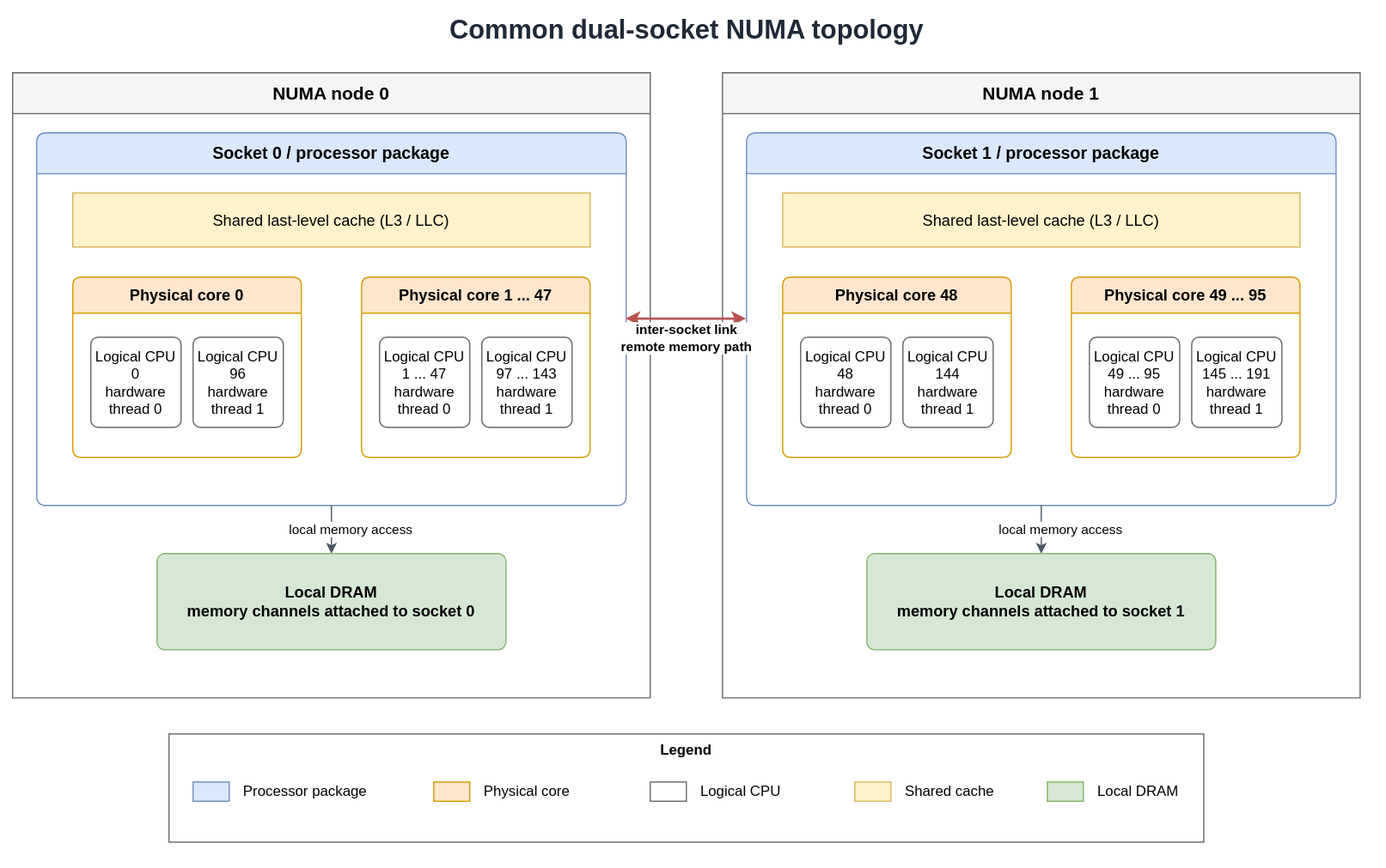
Earlier version of the draw.io export static/images/cpu-topology.drawio.svg (jinying-che/jinying-che.github.io). Source tidied: cells renumbered, new cells last; positions are measured from the earlier drawing's top-left corner, leaving out a move shared by most shapes. Its diagram source:
```xml
<mxGraphModel>
  <root>
    <mxCell id="0" />
    <mxCell id="1" parent="0" />
    <mxCell id="2" value="Common dual-socket NUMA topology" style="text;html=1;align=center;verticalAlign=middle;fontSize=22;fontStyle=1;fontColor=#1f2937;" parent="1" vertex="1">
      <mxGeometry x="290" width="540" height="30" as="geometry" />
    </mxCell>
    <mxCell id="3" value="NUMA node 0" style="swimlane;startSize=34;horizontal=1;rounded=0;whiteSpace=wrap;html=1;fillColor=#f5f5f5;strokeColor=#666666;fontStyle=1;fontSize=15;" parent="1" vertex="1">
      <mxGeometry y="50" width="530" height="520" as="geometry" />
    </mxCell>
    <mxCell id="4" value="Socket 0 / processor package" style="swimlane;startSize=34;horizontal=1;rounded=1;arcSize=8;whiteSpace=wrap;html=1;fillColor=#dae8fc;strokeColor=#6c8ebf;fontStyle=1;fontSize=14;" parent="3" vertex="1">
      <mxGeometry x="20" y="50" width="490" height="310" as="geometry" />
    </mxCell>
    <mxCell id="5" value="Shared last-level cache (L3 / LLC)" style="rounded=0;whiteSpace=wrap;html=1;fillColor=#fff2cc;strokeColor=#d6b656;fontSize=13;" parent="4" vertex="1">
      <mxGeometry x="30" y="50" width="430" height="45" as="geometry" />
    </mxCell>
    <mxCell id="6" value="Physical core 0" style="swimlane;startSize=30;horizontal=1;rounded=1;arcSize=8;whiteSpace=wrap;html=1;fillColor=#ffe6cc;strokeColor=#d79b00;fontStyle=1;fontSize=13;" parent="4" vertex="1">
      <mxGeometry x="30" y="120" width="190" height="150" as="geometry" />
    </mxCell>
    <mxCell id="7" value="Logical CPU 0&#10;hardware thread 0" style="rounded=1;arcSize=8;whiteSpace=wrap;html=1;fillColor=#ffffff;strokeColor=#666666;fontSize=12;" parent="6" vertex="1">
      <mxGeometry x="15" y="50" width="75" height="75" as="geometry" />
    </mxCell>
    <mxCell id="8" value="Logical CPU 96&#10;hardware thread 1" style="rounded=1;arcSize=8;whiteSpace=wrap;html=1;fillColor=#ffffff;strokeColor=#666666;fontSize=12;" parent="6" vertex="1">
      <mxGeometry x="100" y="50" width="75" height="75" as="geometry" />
    </mxCell>
    <mxCell id="9" value="Physical core 1 ... 47" style="swimlane;startSize=30;horizontal=1;rounded=1;arcSize=8;whiteSpace=wrap;html=1;fillColor=#ffe6cc;strokeColor=#d79b00;fontStyle=1;fontSize=13;" parent="4" vertex="1">
      <mxGeometry x="270" y="120" width="190" height="150" as="geometry" />
    </mxCell>
    <mxCell id="10" value="Logical CPU 1 ... 47&#10;hardware thread 0" style="rounded=1;arcSize=8;whiteSpace=wrap;html=1;fillColor=#ffffff;strokeColor=#666666;fontSize=12;" parent="9" vertex="1">
      <mxGeometry x="15" y="50" width="75" height="75" as="geometry" />
    </mxCell>
    <mxCell id="11" value="Logical CPU 97 ... 143&#10;hardware thread 1" style="rounded=1;arcSize=8;whiteSpace=wrap;html=1;fillColor=#ffffff;strokeColor=#666666;fontSize=12;" parent="9" vertex="1">
      <mxGeometry x="100" y="50" width="75" height="75" as="geometry" />
    </mxCell>
    <mxCell id="12" value="Local DRAM&#10;memory channels attached to socket 0" style="rounded=1;arcSize=8;whiteSpace=wrap;html=1;fillColor=#d5e8d4;strokeColor=#82b366;fontStyle=1;fontSize=13;" parent="3" vertex="1">
      <mxGeometry x="120" y="400" width="290" height="80" as="geometry" />
    </mxCell>
    <mxCell id="13" value="local memory access" style="edgeStyle=orthogonalEdgeStyle;rounded=1;jettySize=auto;html=1;endArrow=classic;endFill=1;strokeColor=#4b5563;fontSize=11;labelBackgroundColor=#ffffff;exitX=0.5;exitY=1;exitDx=0;exitDy=0;entryX=0.5;entryY=0;entryDx=0;entryDy=0;" parent="3" edge="1" source="4" target="12">
      <mxGeometry y="16" relative="1" as="geometry" />
    </mxCell>
    <mxCell id="14" value="NUMA node 1" style="swimlane;startSize=34;horizontal=1;rounded=0;whiteSpace=wrap;html=1;fillColor=#f5f5f5;strokeColor=#666666;fontStyle=1;fontSize=15;" parent="1" vertex="1">
      <mxGeometry x="590" y="50" width="530" height="520" as="geometry" />
    </mxCell>
    <mxCell id="15" value="Socket 1 / processor package" style="swimlane;startSize=34;horizontal=1;rounded=1;arcSize=8;whiteSpace=wrap;html=1;fillColor=#dae8fc;strokeColor=#6c8ebf;fontStyle=1;fontSize=14;" parent="14" vertex="1">
      <mxGeometry x="20" y="50" width="490" height="310" as="geometry" />
    </mxCell>
    <mxCell id="16" value="Shared last-level cache (L3 / LLC)" style="rounded=0;whiteSpace=wrap;html=1;fillColor=#fff2cc;strokeColor=#d6b656;fontSize=13;" parent="15" vertex="1">
      <mxGeometry x="30" y="50" width="430" height="45" as="geometry" />
    </mxCell>
    <mxCell id="17" value="Physical core 48" style="swimlane;startSize=30;horizontal=1;rounded=1;arcSize=8;whiteSpace=wrap;html=1;fillColor=#ffe6cc;strokeColor=#d79b00;fontStyle=1;fontSize=13;" parent="15" vertex="1">
      <mxGeometry x="30" y="120" width="190" height="150" as="geometry" />
    </mxCell>
    <mxCell id="18" value="Logical CPU 48&#10;hardware thread 0" style="rounded=1;arcSize=8;whiteSpace=wrap;html=1;fillColor=#ffffff;strokeColor=#666666;fontSize=12;" parent="17" vertex="1">
      <mxGeometry x="15" y="50" width="75" height="75" as="geometry" />
    </mxCell>
    <mxCell id="19" value="Logical CPU 144&#10;hardware thread 1" style="rounded=1;arcSize=8;whiteSpace=wrap;html=1;fillColor=#ffffff;strokeColor=#666666;fontSize=12;" parent="17" vertex="1">
      <mxGeometry x="100" y="50" width="75" height="75" as="geometry" />
    </mxCell>
    <mxCell id="20" value="Physical core 49 ... 95" style="swimlane;startSize=30;horizontal=1;rounded=1;arcSize=8;whiteSpace=wrap;html=1;fillColor=#ffe6cc;strokeColor=#d79b00;fontStyle=1;fontSize=13;" parent="15" vertex="1">
      <mxGeometry x="270" y="120" width="190" height="150" as="geometry" />
    </mxCell>
    <mxCell id="21" value="Logical CPU 49 ... 95&#10;hardware thread 0" style="rounded=1;arcSize=8;whiteSpace=wrap;html=1;fillColor=#ffffff;strokeColor=#666666;fontSize=12;" parent="20" vertex="1">
      <mxGeometry x="15" y="50" width="75" height="75" as="geometry" />
    </mxCell>
    <mxCell id="22" value="Logical CPU 145 ... 191&#10;hardware thread 1" style="rounded=1;arcSize=8;whiteSpace=wrap;html=1;fillColor=#ffffff;strokeColor=#666666;fontSize=12;" parent="20" vertex="1">
      <mxGeometry x="100" y="50" width="75" height="75" as="geometry" />
    </mxCell>
    <mxCell id="23" value="Local DRAM&#10;memory channels attached to socket 1" style="rounded=1;arcSize=8;whiteSpace=wrap;html=1;fillColor=#d5e8d4;strokeColor=#82b366;fontStyle=1;fontSize=13;" parent="14" vertex="1">
      <mxGeometry x="120" y="400" width="290" height="80" as="geometry" />
    </mxCell>
    <mxCell id="24" value="local memory access" style="edgeStyle=orthogonalEdgeStyle;rounded=1;jettySize=auto;html=1;endArrow=classic;endFill=1;strokeColor=#4b5563;fontSize=11;labelBackgroundColor=#ffffff;exitX=0.5;exitY=1;exitDx=0;exitDy=0;entryX=0.5;entryY=0;entryDx=0;entryDy=0;" parent="14" edge="1" source="15" target="23">
      <mxGeometry y="16" relative="1" as="geometry" />
    </mxCell>
    <mxCell id="25" value="inter-socket link&#10;remote memory path" style="edgeStyle=orthogonalEdgeStyle;rounded=1;jettySize=auto;html=1;startArrow=classic;startFill=1;endArrow=classic;endFill=1;strokeColor=#b85450;strokeWidth=2;fontSize=11;fontStyle=1;labelBackgroundColor=#ffffff;exitX=1;exitY=0.5;exitDx=0;exitDy=0;entryX=0;entryY=0.5;entryDx=0;entryDy=0;" parent="1" edge="1" source="4" target="15">
      <mxGeometry y="-16" relative="1" as="geometry" />
    </mxCell>
    <mxCell id="26" value="Legend" style="rounded=0;whiteSpace=wrap;html=1;fillColor=none;strokeColor=#666666;verticalAlign=top;fontStyle=1;fontSize=12;" parent="1" vertex="1">
      <mxGeometry x="130" y="600" width="860" height="90" as="geometry" />
    </mxCell>
    <mxCell id="27" style="rounded=0;html=1;fillColor=#dae8fc;strokeColor=#6c8ebf;" parent="26" vertex="1">
      <mxGeometry x="20" y="40" width="30" height="16" as="geometry" />
    </mxCell>
    <mxCell id="28" value="Processor package" style="text;html=1;align=left;verticalAlign=middle;fontSize=12;" parent="26" vertex="1">
      <mxGeometry x="60" y="36" width="130" height="24" as="geometry" />
    </mxCell>
    <mxCell id="29" style="rounded=0;html=1;fillColor=#ffe6cc;strokeColor=#d79b00;" parent="26" vertex="1">
      <mxGeometry x="220" y="40" width="30" height="16" as="geometry" />
    </mxCell>
    <mxCell id="30" value="Physical core" style="text;html=1;align=left;verticalAlign=middle;fontSize=12;" parent="26" vertex="1">
      <mxGeometry x="260" y="36" width="110" height="24" as="geometry" />
    </mxCell>
    <mxCell id="31" style="rounded=0;html=1;fillColor=#ffffff;strokeColor=#666666;" parent="26" vertex="1">
      <mxGeometry x="400" y="40" width="30" height="16" as="geometry" />
    </mxCell>
    <mxCell id="32" value="Logical CPU" style="text;html=1;align=left;verticalAlign=middle;fontSize=12;" parent="26" vertex="1">
      <mxGeometry x="440" y="36" width="100" height="24" as="geometry" />
    </mxCell>
    <mxCell id="33" style="rounded=0;html=1;fillColor=#fff2cc;strokeColor=#d6b656;" parent="26" vertex="1">
      <mxGeometry x="570" y="40" width="30" height="16" as="geometry" />
    </mxCell>
    <mxCell id="34" value="Shared cache" style="text;html=1;align=left;verticalAlign=middle;fontSize=12;" parent="26" vertex="1">
      <mxGeometry x="610" y="36" width="100" height="24" as="geometry" />
    </mxCell>
    <mxCell id="35" style="rounded=0;html=1;fillColor=#d5e8d4;strokeColor=#82b366;" parent="26" vertex="1">
      <mxGeometry x="730" y="40" width="30" height="16" as="geometry" />
    </mxCell>
    <mxCell id="36" value="Local DRAM" style="text;html=1;align=left;verticalAlign=middle;fontSize=12;" parent="26" vertex="1">
      <mxGeometry x="770" y="36" width="80" height="24" as="geometry" />
    </mxCell>
  </root>
</mxGraphModel>
```
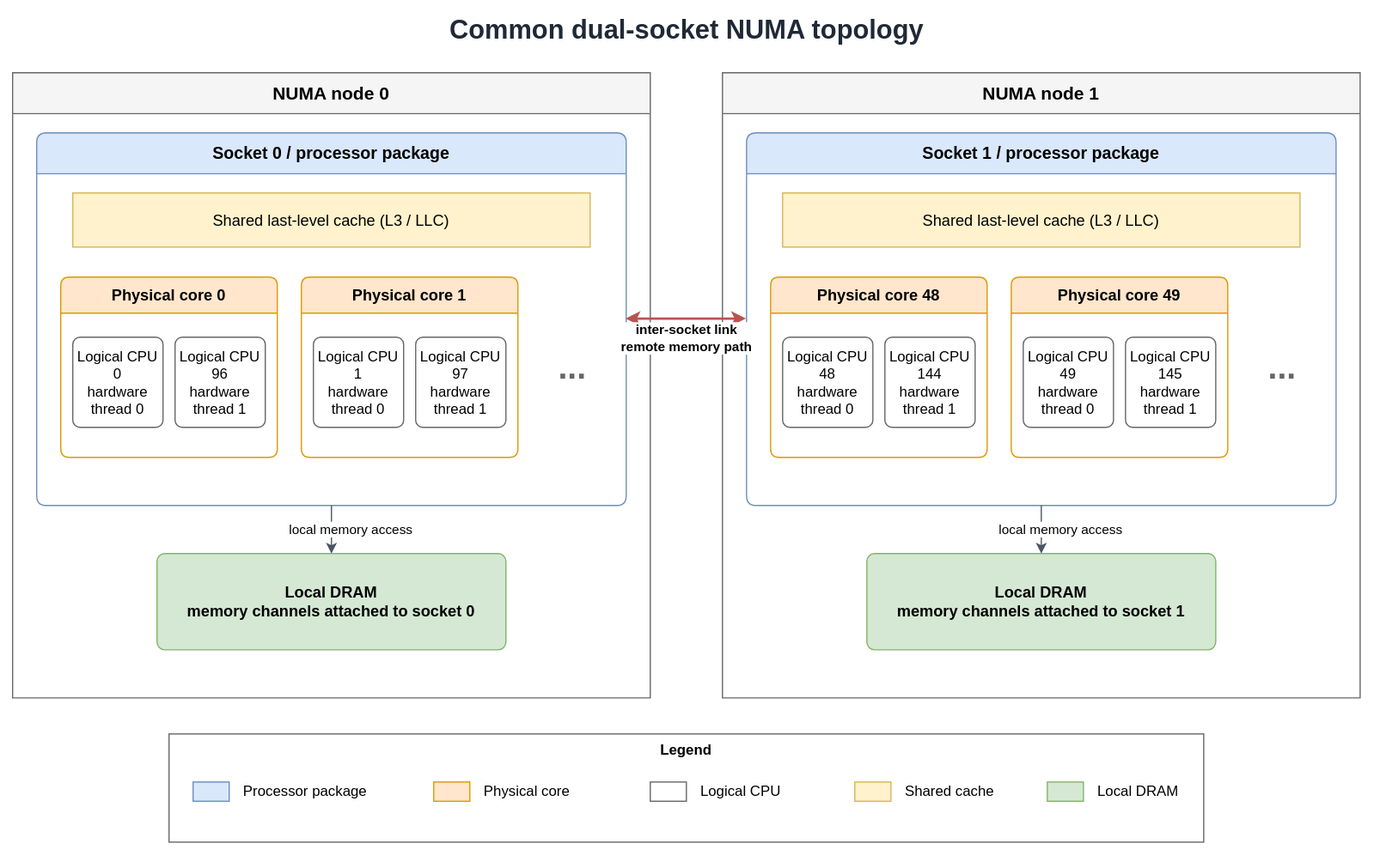
The same file after the commit.

The edit, as a diff of the source:
```diff
@@ -15,23 +15,26 @@
       <mxGeometry x="30" y="50" width="430" height="45" as="geometry" />
     </mxCell>
     <mxCell id="6" value="Physical core 0" style="swimlane;startSize=30;horizontal=1;rounded=1;arcSize=8;whiteSpace=wrap;html=1;fillColor=#ffe6cc;strokeColor=#d79b00;fontStyle=1;fontSize=13;" parent="4" vertex="1">
-      <mxGeometry x="30" y="120" width="190" height="150" as="geometry" />
+      <mxGeometry x="20" y="120" width="180" height="150" as="geometry" />
     </mxCell>
     <mxCell id="7" value="Logical CPU 0&#10;hardware thread 0" style="rounded=1;arcSize=8;whiteSpace=wrap;html=1;fillColor=#ffffff;strokeColor=#666666;fontSize=12;" parent="6" vertex="1">
-      <mxGeometry x="15" y="50" width="75" height="75" as="geometry" />
+      <mxGeometry x="10" y="50" width="75" height="75" as="geometry" />
     </mxCell>
     <mxCell id="8" value="Logical CPU 96&#10;hardware thread 1" style="rounded=1;arcSize=8;whiteSpace=wrap;html=1;fillColor=#ffffff;strokeColor=#666666;fontSize=12;" parent="6" vertex="1">
-      <mxGeometry x="100" y="50" width="75" height="75" as="geometry" />
+      <mxGeometry x="95" y="50" width="75" height="75" as="geometry" />
     </mxCell>
-    <mxCell id="9" value="Physical core 1 ... 47" style="swimlane;startSize=30;horizontal=1;rounded=1;arcSize=8;whiteSpace=wrap;html=1;fillColor=#ffe6cc;strokeColor=#d79b00;fontStyle=1;fontSize=13;" parent="4" vertex="1">
-      <mxGeometry x="270" y="120" width="190" height="150" as="geometry" />
+    <mxCell id="9" value="Physical core 1" style="swimlane;startSize=30;horizontal=1;rounded=1;arcSize=8;whiteSpace=wrap;html=1;fillColor=#ffe6cc;strokeColor=#d79b00;fontStyle=1;fontSize=13;" parent="4" vertex="1">
+      <mxGeometry x="220" y="120" width="180" height="150" as="geometry" />
     </mxCell>
-    <mxCell id="10" value="Logical CPU 1 ... 47&#10;hardware thread 0" style="rounded=1;arcSize=8;whiteSpace=wrap;html=1;fillColor=#ffffff;strokeColor=#666666;fontSize=12;" parent="9" vertex="1">
-      <mxGeometry x="15" y="50" width="75" height="75" as="geometry" />
+    <mxCell id="10" value="Logical CPU 1&#10;hardware thread 0" style="rounded=1;arcSize=8;whiteSpace=wrap;html=1;fillColor=#ffffff;strokeColor=#666666;fontSize=12;" parent="9" vertex="1">
+      <mxGeometry x="10" y="50" width="75" height="75" as="geometry" />
     </mxCell>
-    <mxCell id="11" value="Logical CPU 97 ... 143&#10;hardware thread 1" style="rounded=1;arcSize=8;whiteSpace=wrap;html=1;fillColor=#ffffff;strokeColor=#666666;fontSize=12;" parent="9" vertex="1">
-      <mxGeometry x="100" y="50" width="75" height="75" as="geometry" />
+    <mxCell id="11" value="Logical CPU 97&#10;hardware thread 1" style="rounded=1;arcSize=8;whiteSpace=wrap;html=1;fillColor=#ffffff;strokeColor=#666666;fontSize=12;" parent="9" vertex="1">
+      <mxGeometry x="95" y="50" width="75" height="75" as="geometry" />
     </mxCell>
+    <mxCell id="37" value="..." style="text;html=1;align=center;verticalAlign=middle;fontSize=28;fontStyle=1;fontColor=#666666;" parent="4" vertex="1">
+      <mxGeometry x="420" y="170" width="50" height="50" as="geometry" />
+    </mxCell>
     <mxCell id="12" value="Local DRAM&#10;memory channels attached to socket 0" style="rounded=1;arcSize=8;whiteSpace=wrap;html=1;fillColor=#d5e8d4;strokeColor=#82b366;fontStyle=1;fontSize=13;" parent="3" vertex="1">
       <mxGeometry x="120" y="400" width="290" height="80" as="geometry" />
     </mxCell>
@@ -48,23 +51,26 @@
       <mxGeometry x="30" y="50" width="430" height="45" as="geometry" />
     </mxCell>
     <mxCell id="17" value="Physical core 48" style="swimlane;startSize=30;horizontal=1;rounded=1;arcSize=8;whiteSpace=wrap;html=1;fillColor=#ffe6cc;strokeColor=#d79b00;fontStyle=1;fontSize=13;" parent="15" vertex="1">
-      <mxGeometry x="30" y="120" width="190" height="150" as="geometry" />
+      <mxGeometry x="20" y="120" width="180" height="150" as="geometry" />
     </mxCell>
     <mxCell id="18" value="Logical CPU 48&#10;hardware thread 0" style="rounded=1;arcSize=8;whiteSpace=wrap;html=1;fillColor=#ffffff;strokeColor=#666666;fontSize=12;" parent="17" vertex="1">
-      <mxGeometry x="15" y="50" width="75" height="75" as="geometry" />
+      <mxGeometry x="10" y="50" width="75" height="75" as="geometry" />
     </mxCell>
     <mxCell id="19" value="Logical CPU 144&#10;hardware thread 1" style="rounded=1;arcSize=8;whiteSpace=wrap;html=1;fillColor=#ffffff;strokeColor=#666666;fontSize=12;" parent="17" vertex="1">
-      <mxGeometry x="100" y="50" width="75" height="75" as="geometry" />
+      <mxGeometry x="95" y="50" width="75" height="75" as="geometry" />
     </mxCell>
-    <mxCell id="20" value="Physical core 49 ... 95" style="swimlane;startSize=30;horizontal=1;rounded=1;arcSize=8;whiteSpace=wrap;html=1;fillColor=#ffe6cc;strokeColor=#d79b00;fontStyle=1;fontSize=13;" parent="15" vertex="1">
-      <mxGeometry x="270" y="120" width="190" height="150" as="geometry" />
+    <mxCell id="20" value="Physical core 49" style="swimlane;startSize=30;horizontal=1;rounded=1;arcSize=8;whiteSpace=wrap;html=1;fillColor=#ffe6cc;strokeColor=#d79b00;fontStyle=1;fontSize=13;" parent="15" vertex="1">
+      <mxGeometry x="220" y="120" width="180" height="150" as="geometry" />
     </mxCell>
-    <mxCell id="21" value="Logical CPU 49 ... 95&#10;hardware thread 0" style="rounded=1;arcSize=8;whiteSpace=wrap;html=1;fillColor=#ffffff;strokeColor=#666666;fontSize=12;" parent="20" vertex="1">
-      <mxGeometry x="15" y="50" width="75" height="75" as="geometry" />
+    <mxCell id="21" value="Logical CPU 49&#10;hardware thread 0" style="rounded=1;arcSize=8;whiteSpace=wrap;html=1;fillColor=#ffffff;strokeColor=#666666;fontSize=12;" parent="20" vertex="1">
+      <mxGeometry x="10" y="50" width="75" height="75" as="geometry" />
     </mxCell>
-    <mxCell id="22" value="Logical CPU 145 ... 191&#10;hardware thread 1" style="rounded=1;arcSize=8;whiteSpace=wrap;html=1;fillColor=#ffffff;strokeColor=#666666;fontSize=12;" parent="20" vertex="1">
-      <mxGeometry x="100" y="50" width="75" height="75" as="geometry" />
+    <mxCell id="22" value="Logical CPU 145&#10;hardware thread 1" style="rounded=1;arcSize=8;whiteSpace=wrap;html=1;fillColor=#ffffff;strokeColor=#666666;fontSize=12;" parent="20" vertex="1">
+      <mxGeometry x="95" y="50" width="75" height="75" as="geometry" />
     </mxCell>
+    <mxCell id="38" value="..." style="text;html=1;align=center;verticalAlign=middle;fontSize=28;fontStyle=1;fontColor=#666666;" parent="15" vertex="1">
+      <mxGeometry x="420" y="170" width="50" height="50" as="geometry" />
+    </mxCell>
     <mxCell id="23" value="Local DRAM&#10;memory channels attached to socket 1" style="rounded=1;arcSize=8;whiteSpace=wrap;html=1;fillColor=#d5e8d4;strokeColor=#82b366;fontStyle=1;fontSize=13;" parent="14" vertex="1">
       <mxGeometry x="120" y="400" width="290" height="80" as="geometry" />
     </mxCell>
```
